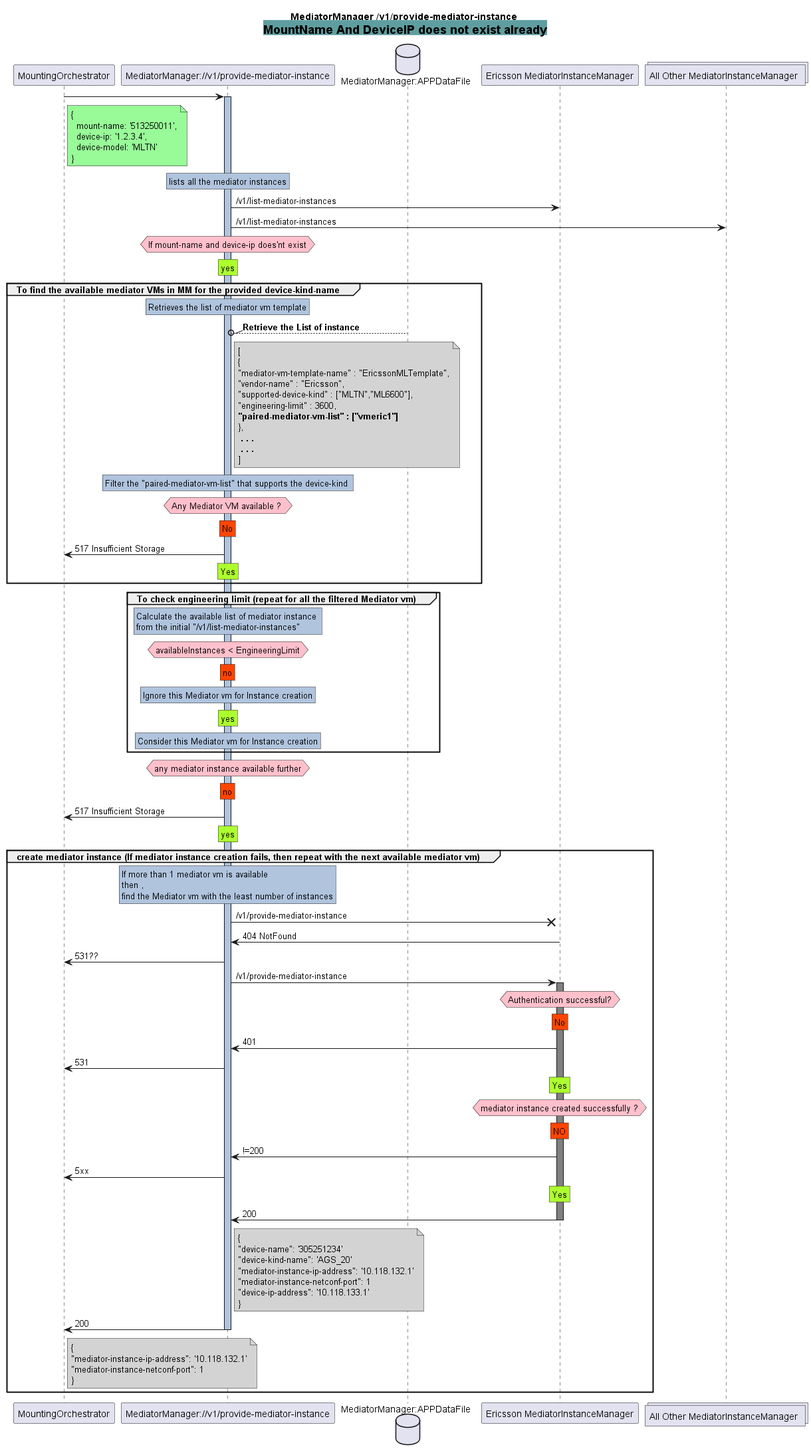
Earlier version of the PlantUML export spec/diagrams/ProvideMediatorInstance/MountNameAndDeviceIPDoesnotExist.png (PrathibaJee/MediatorManager).
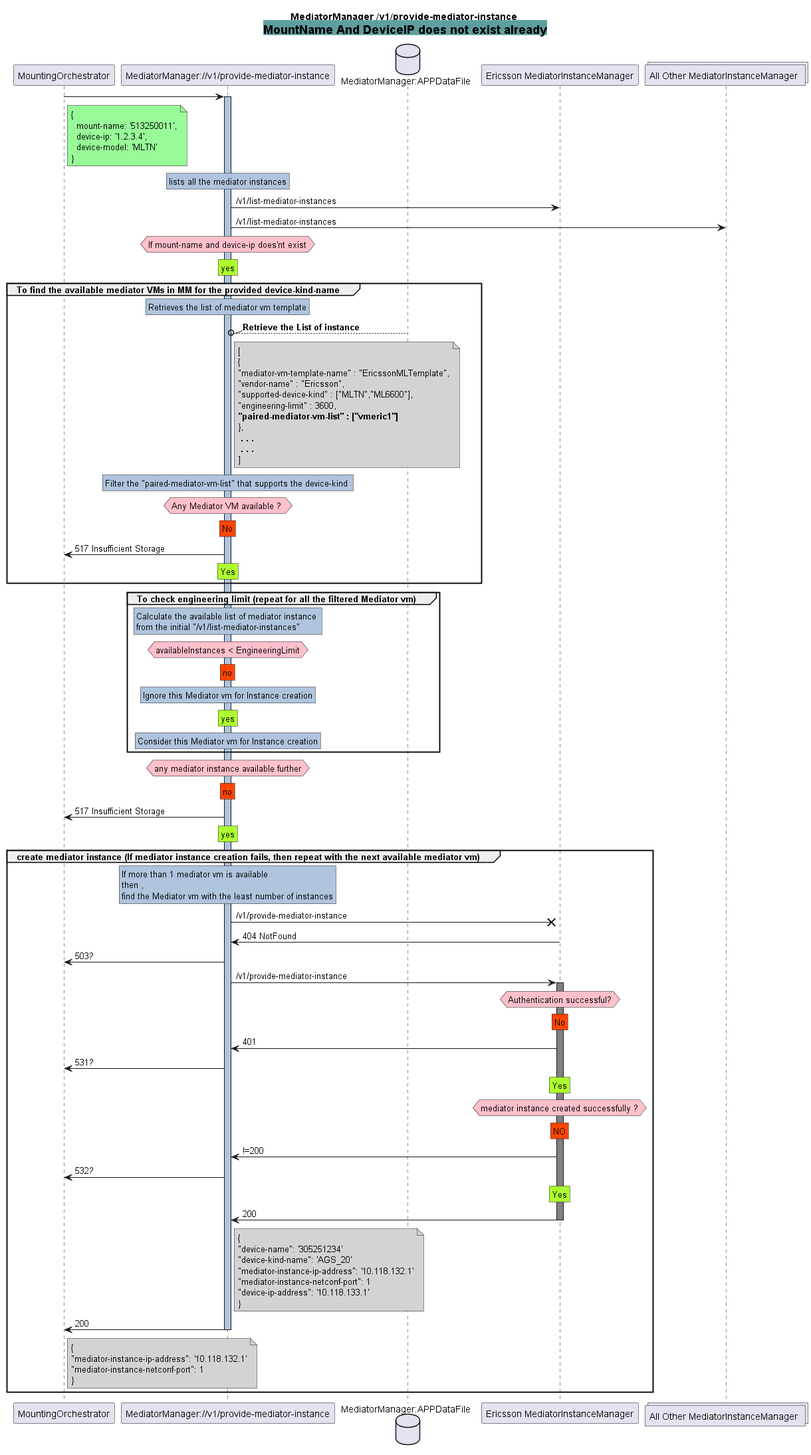
The same file after the commit.

Commit message:
change in the response code.

What changed in the source:
```diff
@@ -129,7 +129,7 @@
 
         MM -x EMIM : /v1/provide-mediator-instance
         EMIM -> MM : 404 NotFound
-        MM -> MO : 531??
+        MM -> MO : 503?
 
         MM -> EMIM : /v1/provide-mediator-instance
         activate EMIM #Grey
@@ -140,7 +140,7 @@
         No
         end note
         EMIM -> MM : 401
-        MM -> MO : 531
+        MM -> MO : 531?
 
         rnote over EMIM #GreenYellow
         Yes
@@ -152,7 +152,7 @@
         NO
         end note
         EMIM -> MM : !=200
-        MM -> MO : 5xx
+        MM -> MO : 532?
 
         rnote over EMIM #GreenYellow
         Yes
```
